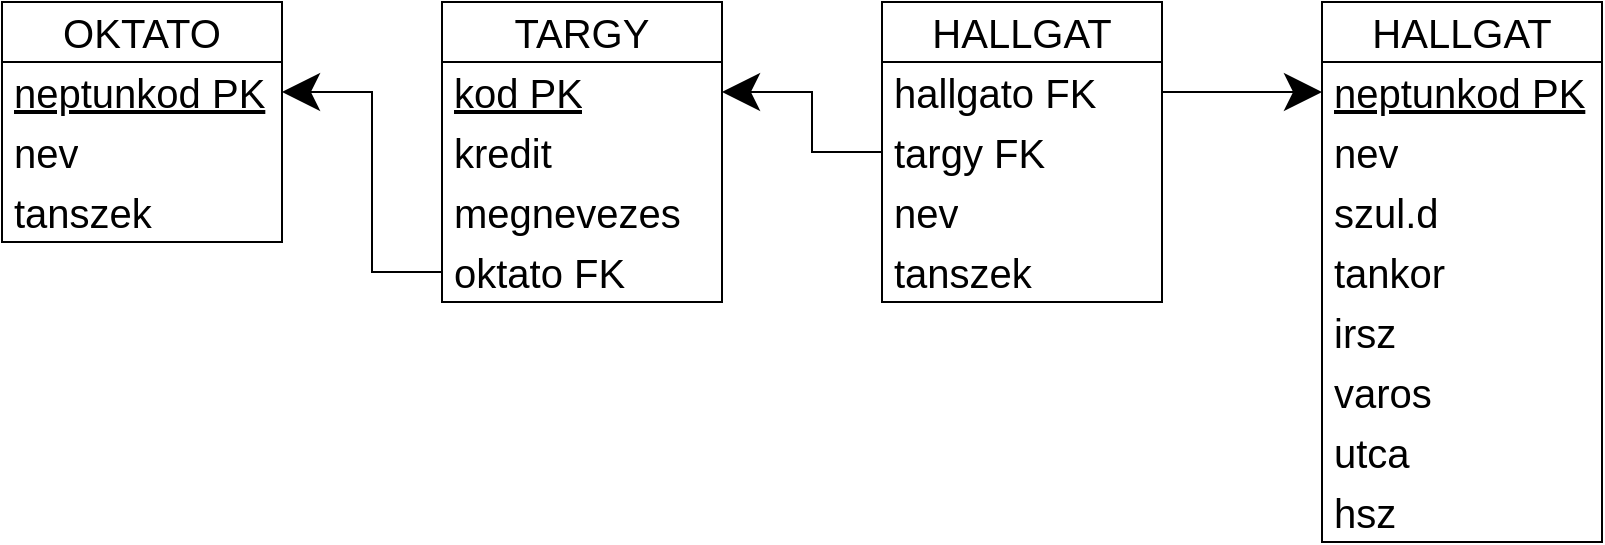
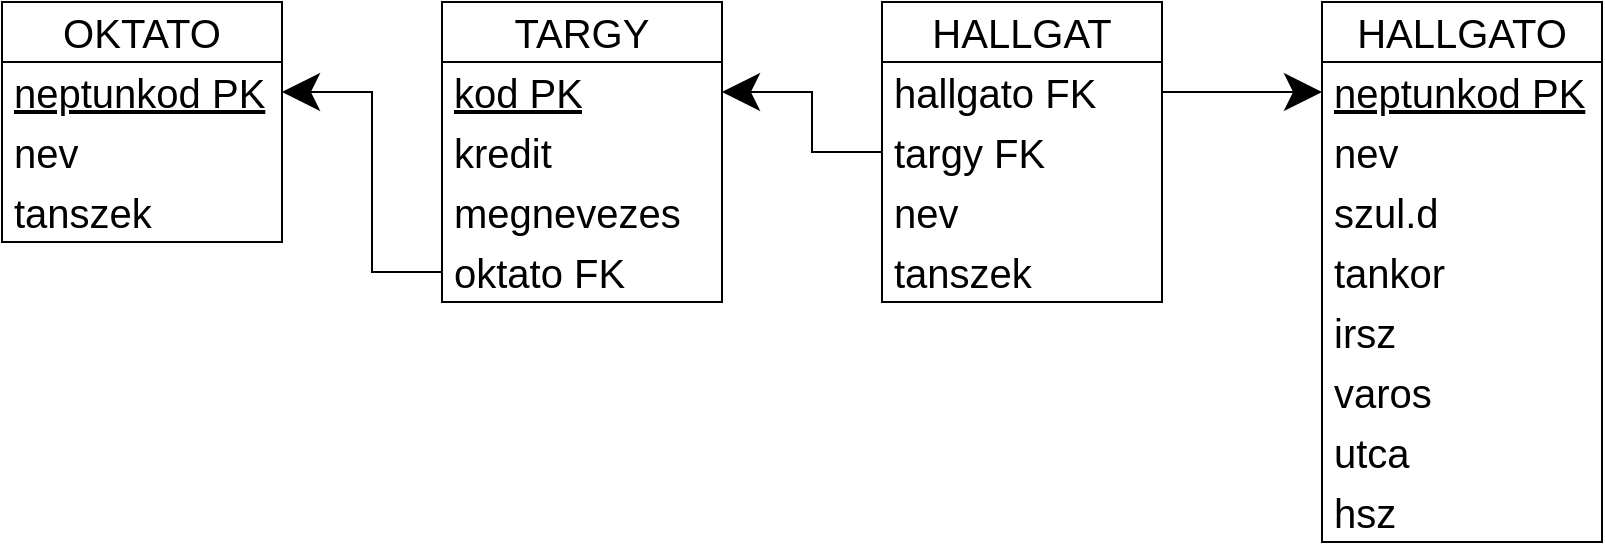
- <mxfile host="Electron" agent="Mozilla/5.0 (Windows NT 10.0; Win64; x64) AppleWebKit/537.36 (KHTML, like Gecko) draw.io/28.0.4 Chrome/138.0.7204.97 Electron/37.2.1 Safari/537.36" version="28.0.4">
+ <mxfile host="Electron" agent="Mozilla/5.0 (Windows NT 10.0; Win64; x64) AppleWebKit/537.36 (KHTML, like Gecko) draw.io/28.0.4 Chrome/138.0.7204.97 Electron/37.2.1 Safari/537.36">
  <diagram name="Oldal-1" id="BAEgYy2UMoa3KbPUP3JM">
-     <mxGraphModel dx="1678" dy="989" grid="1" gridSize="10" guides="1" tooltips="1" connect="1" arrows="1" fold="1" page="1" pageScale="1" pageWidth="827" pageHeight="1169" math="0" shadow="0">
+     <mxGraphModel dx="1414" dy="841" grid="1" gridSize="10" guides="1" tooltips="1" connect="1" arrows="1" fold="1" page="1" pageScale="1" pageWidth="827" pageHeight="1169" math="0" shadow="0">
      <root>
        <mxCell id="0" />
        <mxCell id="1" parent="0" />
-         <mxCell id="lz7qVLj7NviIAdRraOeP-9" value="OKTATO" style="swimlane;fontStyle=0;childLayout=stackLayout;horizontal=1;startSize=30;horizontalStack=0;resizeParent=1;resizeParentMax=0;resizeLast=0;collapsible=1;marginBottom=0;whiteSpace=wrap;html=1;fontSize=20;" vertex="1" parent="1">
-           <mxGeometry x="20" y="40" width="140" height="120" as="geometry" />
+         <mxCell id="lz7qVLj7NviIAdRraOeP-9" parent="1" style="swimlane;fontStyle=0;childLayout=stackLayout;horizontal=1;startSize=30;horizontalStack=0;resizeParent=1;resizeParentMax=0;resizeLast=0;collapsible=1;marginBottom=0;whiteSpace=wrap;html=1;fontSize=20;" value="OKTATO" vertex="1">
+           <mxGeometry height="120" width="140" x="20" y="40" as="geometry" />
        </mxCell>
-         <mxCell id="lz7qVLj7NviIAdRraOeP-10" value="neptunkod PK" style="text;strokeColor=none;fillColor=none;align=left;verticalAlign=middle;spacingLeft=4;spacingRight=4;overflow=hidden;points=[[0,0.5],[1,0.5]];portConstraint=eastwest;rotatable=0;whiteSpace=wrap;html=1;fontSize=20;fontStyle=4" vertex="1" parent="lz7qVLj7NviIAdRraOeP-9">
-           <mxGeometry y="30" width="140" height="30" as="geometry" />
+         <mxCell id="lz7qVLj7NviIAdRraOeP-10" parent="lz7qVLj7NviIAdRraOeP-9" style="text;strokeColor=none;fillColor=none;align=left;verticalAlign=middle;spacingLeft=4;spacingRight=4;overflow=hidden;points=[[0,0.5],[1,0.5]];portConstraint=eastwest;rotatable=0;whiteSpace=wrap;html=1;fontSize=20;fontStyle=4" value="neptunkod PK" vertex="1">
+           <mxGeometry height="30" width="140" y="30" as="geometry" />
        </mxCell>
-         <mxCell id="lz7qVLj7NviIAdRraOeP-11" value="nev" style="text;strokeColor=none;fillColor=none;align=left;verticalAlign=middle;spacingLeft=4;spacingRight=4;overflow=hidden;points=[[0,0.5],[1,0.5]];portConstraint=eastwest;rotatable=0;whiteSpace=wrap;html=1;fontSize=20;" vertex="1" parent="lz7qVLj7NviIAdRraOeP-9">
-           <mxGeometry y="60" width="140" height="30" as="geometry" />
+         <mxCell id="lz7qVLj7NviIAdRraOeP-11" parent="lz7qVLj7NviIAdRraOeP-9" style="text;strokeColor=none;fillColor=none;align=left;verticalAlign=middle;spacingLeft=4;spacingRight=4;overflow=hidden;points=[[0,0.5],[1,0.5]];portConstraint=eastwest;rotatable=0;whiteSpace=wrap;html=1;fontSize=20;" value="nev" vertex="1">
+           <mxGeometry height="30" width="140" y="60" as="geometry" />
        </mxCell>
-         <mxCell id="lz7qVLj7NviIAdRraOeP-12" value="tanszek" style="text;strokeColor=none;fillColor=none;align=left;verticalAlign=middle;spacingLeft=4;spacingRight=4;overflow=hidden;points=[[0,0.5],[1,0.5]];portConstraint=eastwest;rotatable=0;whiteSpace=wrap;html=1;fontSize=20;" vertex="1" parent="lz7qVLj7NviIAdRraOeP-9">
-           <mxGeometry y="90" width="140" height="30" as="geometry" />
+         <mxCell id="lz7qVLj7NviIAdRraOeP-12" parent="lz7qVLj7NviIAdRraOeP-9" style="text;strokeColor=none;fillColor=none;align=left;verticalAlign=middle;spacingLeft=4;spacingRight=4;overflow=hidden;points=[[0,0.5],[1,0.5]];portConstraint=eastwest;rotatable=0;whiteSpace=wrap;html=1;fontSize=20;" value="tanszek" vertex="1">
+           <mxGeometry height="30" width="140" y="90" as="geometry" />
        </mxCell>
-         <mxCell id="lz7qVLj7NviIAdRraOeP-29" value="HALLGAT" style="swimlane;fontStyle=0;childLayout=stackLayout;horizontal=1;startSize=30;horizontalStack=0;resizeParent=1;resizeParentMax=0;resizeLast=0;collapsible=1;marginBottom=0;whiteSpace=wrap;html=1;fontSize=20;" vertex="1" parent="1">
-           <mxGeometry x="460" y="40" width="140" height="150" as="geometry" />
+         <mxCell id="lz7qVLj7NviIAdRraOeP-29" parent="1" style="swimlane;fontStyle=0;childLayout=stackLayout;horizontal=1;startSize=30;horizontalStack=0;resizeParent=1;resizeParentMax=0;resizeLast=0;collapsible=1;marginBottom=0;whiteSpace=wrap;html=1;fontSize=20;" value="HALLGAT" vertex="1">
+           <mxGeometry height="150" width="140" x="460" y="40" as="geometry" />
        </mxCell>
-         <mxCell id="lz7qVLj7NviIAdRraOeP-30" value="hallgato FK" style="text;strokeColor=none;fillColor=none;align=left;verticalAlign=middle;spacingLeft=4;spacingRight=4;overflow=hidden;points=[[0,0.5],[1,0.5]];portConstraint=eastwest;rotatable=0;whiteSpace=wrap;html=1;fontSize=20;" vertex="1" parent="lz7qVLj7NviIAdRraOeP-29">
-           <mxGeometry y="30" width="140" height="30" as="geometry" />
+         <mxCell id="lz7qVLj7NviIAdRraOeP-30" parent="lz7qVLj7NviIAdRraOeP-29" style="text;strokeColor=none;fillColor=none;align=left;verticalAlign=middle;spacingLeft=4;spacingRight=4;overflow=hidden;points=[[0,0.5],[1,0.5]];portConstraint=eastwest;rotatable=0;whiteSpace=wrap;html=1;fontSize=20;" value="hallgato FK" vertex="1">
+           <mxGeometry height="30" width="140" y="30" as="geometry" />
        </mxCell>
-         <mxCell id="lz7qVLj7NviIAdRraOeP-43" value="targy FK" style="text;strokeColor=none;fillColor=none;align=left;verticalAlign=middle;spacingLeft=4;spacingRight=4;overflow=hidden;points=[[0,0.5],[1,0.5]];portConstraint=eastwest;rotatable=0;whiteSpace=wrap;html=1;fontSize=20;" vertex="1" parent="lz7qVLj7NviIAdRraOeP-29">
-           <mxGeometry y="60" width="140" height="30" as="geometry" />
+         <mxCell id="lz7qVLj7NviIAdRraOeP-43" parent="lz7qVLj7NviIAdRraOeP-29" style="text;strokeColor=none;fillColor=none;align=left;verticalAlign=middle;spacingLeft=4;spacingRight=4;overflow=hidden;points=[[0,0.5],[1,0.5]];portConstraint=eastwest;rotatable=0;whiteSpace=wrap;html=1;fontSize=20;" value="targy FK" vertex="1">
+           <mxGeometry height="30" width="140" y="60" as="geometry" />
        </mxCell>
-         <mxCell id="lz7qVLj7NviIAdRraOeP-31" value="nev" style="text;strokeColor=none;fillColor=none;align=left;verticalAlign=middle;spacingLeft=4;spacingRight=4;overflow=hidden;points=[[0,0.5],[1,0.5]];portConstraint=eastwest;rotatable=0;whiteSpace=wrap;html=1;fontSize=20;" vertex="1" parent="lz7qVLj7NviIAdRraOeP-29">
-           <mxGeometry y="90" width="140" height="30" as="geometry" />
+         <mxCell id="lz7qVLj7NviIAdRraOeP-31" parent="lz7qVLj7NviIAdRraOeP-29" style="text;strokeColor=none;fillColor=none;align=left;verticalAlign=middle;spacingLeft=4;spacingRight=4;overflow=hidden;points=[[0,0.5],[1,0.5]];portConstraint=eastwest;rotatable=0;whiteSpace=wrap;html=1;fontSize=20;" value="nev" vertex="1">
+           <mxGeometry height="30" width="140" y="90" as="geometry" />
        </mxCell>
-         <mxCell id="lz7qVLj7NviIAdRraOeP-32" value="tanszek" style="text;strokeColor=none;fillColor=none;align=left;verticalAlign=middle;spacingLeft=4;spacingRight=4;overflow=hidden;points=[[0,0.5],[1,0.5]];portConstraint=eastwest;rotatable=0;whiteSpace=wrap;html=1;fontSize=20;" vertex="1" parent="lz7qVLj7NviIAdRraOeP-29">
-           <mxGeometry y="120" width="140" height="30" as="geometry" />
+         <mxCell id="lz7qVLj7NviIAdRraOeP-32" parent="lz7qVLj7NviIAdRraOeP-29" style="text;strokeColor=none;fillColor=none;align=left;verticalAlign=middle;spacingLeft=4;spacingRight=4;overflow=hidden;points=[[0,0.5],[1,0.5]];portConstraint=eastwest;rotatable=0;whiteSpace=wrap;html=1;fontSize=20;" value="tanszek" vertex="1">
+           <mxGeometry height="30" width="140" y="120" as="geometry" />
        </mxCell>
-         <mxCell id="lz7qVLj7NviIAdRraOeP-33" value="TARGY" style="swimlane;fontStyle=0;childLayout=stackLayout;horizontal=1;startSize=30;horizontalStack=0;resizeParent=1;resizeParentMax=0;resizeLast=0;collapsible=1;marginBottom=0;whiteSpace=wrap;html=1;fontSize=20;" vertex="1" parent="1">
-           <mxGeometry x="240" y="40" width="140" height="150" as="geometry" />
+         <mxCell id="lz7qVLj7NviIAdRraOeP-33" parent="1" style="swimlane;fontStyle=0;childLayout=stackLayout;horizontal=1;startSize=30;horizontalStack=0;resizeParent=1;resizeParentMax=0;resizeLast=0;collapsible=1;marginBottom=0;whiteSpace=wrap;html=1;fontSize=20;" value="TARGY" vertex="1">
+           <mxGeometry height="150" width="140" x="240" y="40" as="geometry" />
        </mxCell>
-         <mxCell id="lz7qVLj7NviIAdRraOeP-34" value="kod PK" style="text;strokeColor=none;fillColor=none;align=left;verticalAlign=middle;spacingLeft=4;spacingRight=4;overflow=hidden;points=[[0,0.5],[1,0.5]];portConstraint=eastwest;rotatable=0;whiteSpace=wrap;html=1;fontSize=20;fontStyle=4" vertex="1" parent="lz7qVLj7NviIAdRraOeP-33">
-           <mxGeometry y="30" width="140" height="30" as="geometry" />
+         <mxCell id="lz7qVLj7NviIAdRraOeP-34" parent="lz7qVLj7NviIAdRraOeP-33" style="text;strokeColor=none;fillColor=none;align=left;verticalAlign=middle;spacingLeft=4;spacingRight=4;overflow=hidden;points=[[0,0.5],[1,0.5]];portConstraint=eastwest;rotatable=0;whiteSpace=wrap;html=1;fontSize=20;fontStyle=4" value="kod PK" vertex="1">
+           <mxGeometry height="30" width="140" y="30" as="geometry" />
        </mxCell>
-         <mxCell id="lz7qVLj7NviIAdRraOeP-35" value="kredit" style="text;strokeColor=none;fillColor=none;align=left;verticalAlign=middle;spacingLeft=4;spacingRight=4;overflow=hidden;points=[[0,0.5],[1,0.5]];portConstraint=eastwest;rotatable=0;whiteSpace=wrap;html=1;fontSize=20;" vertex="1" parent="lz7qVLj7NviIAdRraOeP-33">
-           <mxGeometry y="60" width="140" height="30" as="geometry" />
+         <mxCell id="lz7qVLj7NviIAdRraOeP-35" parent="lz7qVLj7NviIAdRraOeP-33" style="text;strokeColor=none;fillColor=none;align=left;verticalAlign=middle;spacingLeft=4;spacingRight=4;overflow=hidden;points=[[0,0.5],[1,0.5]];portConstraint=eastwest;rotatable=0;whiteSpace=wrap;html=1;fontSize=20;" value="kredit" vertex="1">
+           <mxGeometry height="30" width="140" y="60" as="geometry" />
        </mxCell>
-         <mxCell id="lz7qVLj7NviIAdRraOeP-37" value="megnevezes" style="text;strokeColor=none;fillColor=none;align=left;verticalAlign=middle;spacingLeft=4;spacingRight=4;overflow=hidden;points=[[0,0.5],[1,0.5]];portConstraint=eastwest;rotatable=0;whiteSpace=wrap;html=1;fontSize=20;" vertex="1" parent="lz7qVLj7NviIAdRraOeP-33">
-           <mxGeometry y="90" width="140" height="30" as="geometry" />
+         <mxCell id="lz7qVLj7NviIAdRraOeP-37" parent="lz7qVLj7NviIAdRraOeP-33" style="text;strokeColor=none;fillColor=none;align=left;verticalAlign=middle;spacingLeft=4;spacingRight=4;overflow=hidden;points=[[0,0.5],[1,0.5]];portConstraint=eastwest;rotatable=0;whiteSpace=wrap;html=1;fontSize=20;" value="megnevezes" vertex="1">
+           <mxGeometry height="30" width="140" y="90" as="geometry" />
        </mxCell>
-         <mxCell id="lz7qVLj7NviIAdRraOeP-36" value="oktato FK" style="text;strokeColor=none;fillColor=none;align=left;verticalAlign=middle;spacingLeft=4;spacingRight=4;overflow=hidden;points=[[0,0.5],[1,0.5]];portConstraint=eastwest;rotatable=0;whiteSpace=wrap;html=1;fontSize=20;" vertex="1" parent="lz7qVLj7NviIAdRraOeP-33">
-           <mxGeometry y="120" width="140" height="30" as="geometry" />
+         <mxCell id="lz7qVLj7NviIAdRraOeP-36" parent="lz7qVLj7NviIAdRraOeP-33" style="text;strokeColor=none;fillColor=none;align=left;verticalAlign=middle;spacingLeft=4;spacingRight=4;overflow=hidden;points=[[0,0.5],[1,0.5]];portConstraint=eastwest;rotatable=0;whiteSpace=wrap;html=1;fontSize=20;" value="oktato FK" vertex="1">
+           <mxGeometry height="30" width="140" y="120" as="geometry" />
        </mxCell>
-         <mxCell id="lz7qVLj7NviIAdRraOeP-38" style="edgeStyle=orthogonalEdgeStyle;rounded=0;orthogonalLoop=1;jettySize=auto;html=1;exitX=0;exitY=0.5;exitDx=0;exitDy=0;entryX=1;entryY=0.5;entryDx=0;entryDy=0;endSize=16;" edge="1" parent="1" source="lz7qVLj7NviIAdRraOeP-36" target="lz7qVLj7NviIAdRraOeP-10">
+         <mxCell id="lz7qVLj7NviIAdRraOeP-38" edge="1" parent="1" source="lz7qVLj7NviIAdRraOeP-36" style="edgeStyle=orthogonalEdgeStyle;rounded=0;orthogonalLoop=1;jettySize=auto;html=1;exitX=0;exitY=0.5;exitDx=0;exitDy=0;entryX=1;entryY=0.5;entryDx=0;entryDy=0;endSize=16;" target="lz7qVLj7NviIAdRraOeP-10">
          <mxGeometry relative="1" as="geometry" />
        </mxCell>
-         <mxCell id="lz7qVLj7NviIAdRraOeP-39" value="HALLGAT" style="swimlane;fontStyle=0;childLayout=stackLayout;horizontal=1;startSize=30;horizontalStack=0;resizeParent=1;resizeParentMax=0;resizeLast=0;collapsible=1;marginBottom=0;whiteSpace=wrap;html=1;fontSize=20;" vertex="1" parent="1">
-           <mxGeometry x="680" y="40" width="140" height="270" as="geometry" />
+         <mxCell id="lz7qVLj7NviIAdRraOeP-39" parent="1" style="swimlane;fontStyle=0;childLayout=stackLayout;horizontal=1;startSize=30;horizontalStack=0;resizeParent=1;resizeParentMax=0;resizeLast=0;collapsible=1;marginBottom=0;whiteSpace=wrap;html=1;fontSize=20;" value="HALLGATO" vertex="1">
+           <mxGeometry height="270" width="140" x="680" y="40" as="geometry" />
        </mxCell>
-         <mxCell id="lz7qVLj7NviIAdRraOeP-40" value="neptunkod PK" style="text;strokeColor=none;fillColor=none;align=left;verticalAlign=middle;spacingLeft=4;spacingRight=4;overflow=hidden;points=[[0,0.5],[1,0.5]];portConstraint=eastwest;rotatable=0;whiteSpace=wrap;html=1;fontSize=20;fontStyle=4" vertex="1" parent="lz7qVLj7NviIAdRraOeP-39">
-           <mxGeometry y="30" width="140" height="30" as="geometry" />
+         <mxCell id="lz7qVLj7NviIAdRraOeP-40" parent="lz7qVLj7NviIAdRraOeP-39" style="text;strokeColor=none;fillColor=none;align=left;verticalAlign=middle;spacingLeft=4;spacingRight=4;overflow=hidden;points=[[0,0.5],[1,0.5]];portConstraint=eastwest;rotatable=0;whiteSpace=wrap;html=1;fontSize=20;fontStyle=4" value="neptunkod PK" vertex="1">
+           <mxGeometry height="30" width="140" y="30" as="geometry" />
        </mxCell>
-         <mxCell id="lz7qVLj7NviIAdRraOeP-41" value="nev" style="text;strokeColor=none;fillColor=none;align=left;verticalAlign=middle;spacingLeft=4;spacingRight=4;overflow=hidden;points=[[0,0.5],[1,0.5]];portConstraint=eastwest;rotatable=0;whiteSpace=wrap;html=1;fontSize=20;" vertex="1" parent="lz7qVLj7NviIAdRraOeP-39">
-           <mxGeometry y="60" width="140" height="30" as="geometry" />
+         <mxCell id="lz7qVLj7NviIAdRraOeP-41" parent="lz7qVLj7NviIAdRraOeP-39" style="text;strokeColor=none;fillColor=none;align=left;verticalAlign=middle;spacingLeft=4;spacingRight=4;overflow=hidden;points=[[0,0.5],[1,0.5]];portConstraint=eastwest;rotatable=0;whiteSpace=wrap;html=1;fontSize=20;" value="nev" vertex="1">
+           <mxGeometry height="30" width="140" y="60" as="geometry" />
        </mxCell>
-         <mxCell id="lz7qVLj7NviIAdRraOeP-42" value="szul.d" style="text;strokeColor=none;fillColor=none;align=left;verticalAlign=middle;spacingLeft=4;spacingRight=4;overflow=hidden;points=[[0,0.5],[1,0.5]];portConstraint=eastwest;rotatable=0;whiteSpace=wrap;html=1;fontSize=20;" vertex="1" parent="lz7qVLj7NviIAdRraOeP-39">
-           <mxGeometry y="90" width="140" height="30" as="geometry" />
+         <mxCell id="lz7qVLj7NviIAdRraOeP-42" parent="lz7qVLj7NviIAdRraOeP-39" style="text;strokeColor=none;fillColor=none;align=left;verticalAlign=middle;spacingLeft=4;spacingRight=4;overflow=hidden;points=[[0,0.5],[1,0.5]];portConstraint=eastwest;rotatable=0;whiteSpace=wrap;html=1;fontSize=20;" value="szul.d" vertex="1">
+           <mxGeometry height="30" width="140" y="90" as="geometry" />
        </mxCell>
-         <mxCell id="lz7qVLj7NviIAdRraOeP-46" value="tankor" style="text;strokeColor=none;fillColor=none;align=left;verticalAlign=middle;spacingLeft=4;spacingRight=4;overflow=hidden;points=[[0,0.5],[1,0.5]];portConstraint=eastwest;rotatable=0;whiteSpace=wrap;html=1;fontSize=20;" vertex="1" parent="lz7qVLj7NviIAdRraOeP-39">
-           <mxGeometry y="120" width="140" height="30" as="geometry" />
+         <mxCell id="lz7qVLj7NviIAdRraOeP-46" parent="lz7qVLj7NviIAdRraOeP-39" style="text;strokeColor=none;fillColor=none;align=left;verticalAlign=middle;spacingLeft=4;spacingRight=4;overflow=hidden;points=[[0,0.5],[1,0.5]];portConstraint=eastwest;rotatable=0;whiteSpace=wrap;html=1;fontSize=20;" value="tankor" vertex="1">
+           <mxGeometry height="30" width="140" y="120" as="geometry" />
        </mxCell>
-         <mxCell id="lz7qVLj7NviIAdRraOeP-47" value="irsz" style="text;strokeColor=none;fillColor=none;align=left;verticalAlign=middle;spacingLeft=4;spacingRight=4;overflow=hidden;points=[[0,0.5],[1,0.5]];portConstraint=eastwest;rotatable=0;whiteSpace=wrap;html=1;fontSize=20;" vertex="1" parent="lz7qVLj7NviIAdRraOeP-39">
-           <mxGeometry y="150" width="140" height="30" as="geometry" />
+         <mxCell id="lz7qVLj7NviIAdRraOeP-47" parent="lz7qVLj7NviIAdRraOeP-39" style="text;strokeColor=none;fillColor=none;align=left;verticalAlign=middle;spacingLeft=4;spacingRight=4;overflow=hidden;points=[[0,0.5],[1,0.5]];portConstraint=eastwest;rotatable=0;whiteSpace=wrap;html=1;fontSize=20;" value="irsz" vertex="1">
+           <mxGeometry height="30" width="140" y="150" as="geometry" />
        </mxCell>
-         <mxCell id="lz7qVLj7NviIAdRraOeP-48" value="varos" style="text;strokeColor=none;fillColor=none;align=left;verticalAlign=middle;spacingLeft=4;spacingRight=4;overflow=hidden;points=[[0,0.5],[1,0.5]];portConstraint=eastwest;rotatable=0;whiteSpace=wrap;html=1;fontSize=20;" vertex="1" parent="lz7qVLj7NviIAdRraOeP-39">
-           <mxGeometry y="180" width="140" height="30" as="geometry" />
+         <mxCell id="lz7qVLj7NviIAdRraOeP-48" parent="lz7qVLj7NviIAdRraOeP-39" style="text;strokeColor=none;fillColor=none;align=left;verticalAlign=middle;spacingLeft=4;spacingRight=4;overflow=hidden;points=[[0,0.5],[1,0.5]];portConstraint=eastwest;rotatable=0;whiteSpace=wrap;html=1;fontSize=20;" value="varos" vertex="1">
+           <mxGeometry height="30" width="140" y="180" as="geometry" />
        </mxCell>
-         <mxCell id="lz7qVLj7NviIAdRraOeP-49" value="utca" style="text;strokeColor=none;fillColor=none;align=left;verticalAlign=middle;spacingLeft=4;spacingRight=4;overflow=hidden;points=[[0,0.5],[1,0.5]];portConstraint=eastwest;rotatable=0;whiteSpace=wrap;html=1;fontSize=20;" vertex="1" parent="lz7qVLj7NviIAdRraOeP-39">
-           <mxGeometry y="210" width="140" height="30" as="geometry" />
+         <mxCell id="lz7qVLj7NviIAdRraOeP-49" parent="lz7qVLj7NviIAdRraOeP-39" style="text;strokeColor=none;fillColor=none;align=left;verticalAlign=middle;spacingLeft=4;spacingRight=4;overflow=hidden;points=[[0,0.5],[1,0.5]];portConstraint=eastwest;rotatable=0;whiteSpace=wrap;html=1;fontSize=20;" value="utca" vertex="1">
+           <mxGeometry height="30" width="140" y="210" as="geometry" />
        </mxCell>
-         <mxCell id="lz7qVLj7NviIAdRraOeP-50" value="hsz" style="text;strokeColor=none;fillColor=none;align=left;verticalAlign=middle;spacingLeft=4;spacingRight=4;overflow=hidden;points=[[0,0.5],[1,0.5]];portConstraint=eastwest;rotatable=0;whiteSpace=wrap;html=1;fontSize=20;" vertex="1" parent="lz7qVLj7NviIAdRraOeP-39">
-           <mxGeometry y="240" width="140" height="30" as="geometry" />
+         <mxCell id="lz7qVLj7NviIAdRraOeP-50" parent="lz7qVLj7NviIAdRraOeP-39" style="text;strokeColor=none;fillColor=none;align=left;verticalAlign=middle;spacingLeft=4;spacingRight=4;overflow=hidden;points=[[0,0.5],[1,0.5]];portConstraint=eastwest;rotatable=0;whiteSpace=wrap;html=1;fontSize=20;" value="hsz" vertex="1">
+           <mxGeometry height="30" width="140" y="240" as="geometry" />
        </mxCell>
-         <mxCell id="lz7qVLj7NviIAdRraOeP-44" style="edgeStyle=orthogonalEdgeStyle;rounded=0;orthogonalLoop=1;jettySize=auto;html=1;exitX=0;exitY=0.5;exitDx=0;exitDy=0;entryX=1;entryY=0.5;entryDx=0;entryDy=0;endSize=16;" edge="1" parent="1" source="lz7qVLj7NviIAdRraOeP-43" target="lz7qVLj7NviIAdRraOeP-34">
+         <mxCell id="lz7qVLj7NviIAdRraOeP-44" edge="1" parent="1" source="lz7qVLj7NviIAdRraOeP-43" style="edgeStyle=orthogonalEdgeStyle;rounded=0;orthogonalLoop=1;jettySize=auto;html=1;exitX=0;exitY=0.5;exitDx=0;exitDy=0;entryX=1;entryY=0.5;entryDx=0;entryDy=0;endSize=16;" target="lz7qVLj7NviIAdRraOeP-34">
          <mxGeometry relative="1" as="geometry" />
        </mxCell>
-         <mxCell id="lz7qVLj7NviIAdRraOeP-45" style="edgeStyle=orthogonalEdgeStyle;rounded=0;orthogonalLoop=1;jettySize=auto;html=1;exitX=1;exitY=0.5;exitDx=0;exitDy=0;entryX=0;entryY=0.5;entryDx=0;entryDy=0;endSize=16;" edge="1" parent="1" source="lz7qVLj7NviIAdRraOeP-30" target="lz7qVLj7NviIAdRraOeP-40">
+         <mxCell id="lz7qVLj7NviIAdRraOeP-45" edge="1" parent="1" source="lz7qVLj7NviIAdRraOeP-30" style="edgeStyle=orthogonalEdgeStyle;rounded=0;orthogonalLoop=1;jettySize=auto;html=1;exitX=1;exitY=0.5;exitDx=0;exitDy=0;entryX=0;entryY=0.5;entryDx=0;entryDy=0;endSize=16;" target="lz7qVLj7NviIAdRraOeP-40">
          <mxGeometry relative="1" as="geometry" />
        </mxCell>
      </root>
    </mxGraphModel>
  </diagram>
</mxfile>
